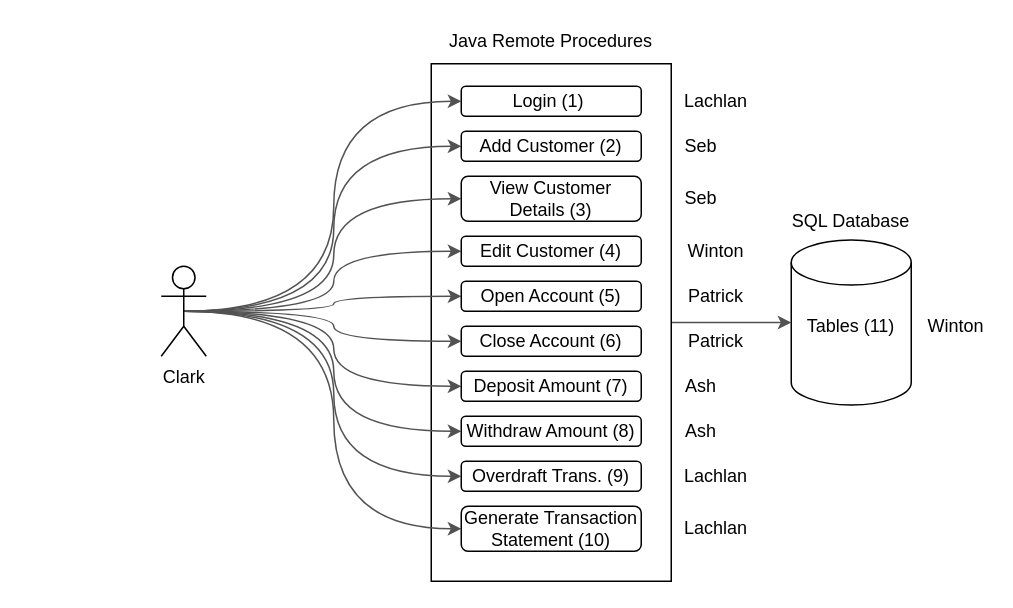
Before: System Design.drawio in lolcats111/JDBC-Project-Group-B, a draw.io diagram. Source tidied: cells renumbered, new cells numbered last; positions are measured from the earlier drawing's top-left corner, leaving out a move shared by most shapes. Both pictures are drawn from the tidied source at 150%, with x=0, y=0 at pixel (160, 26).
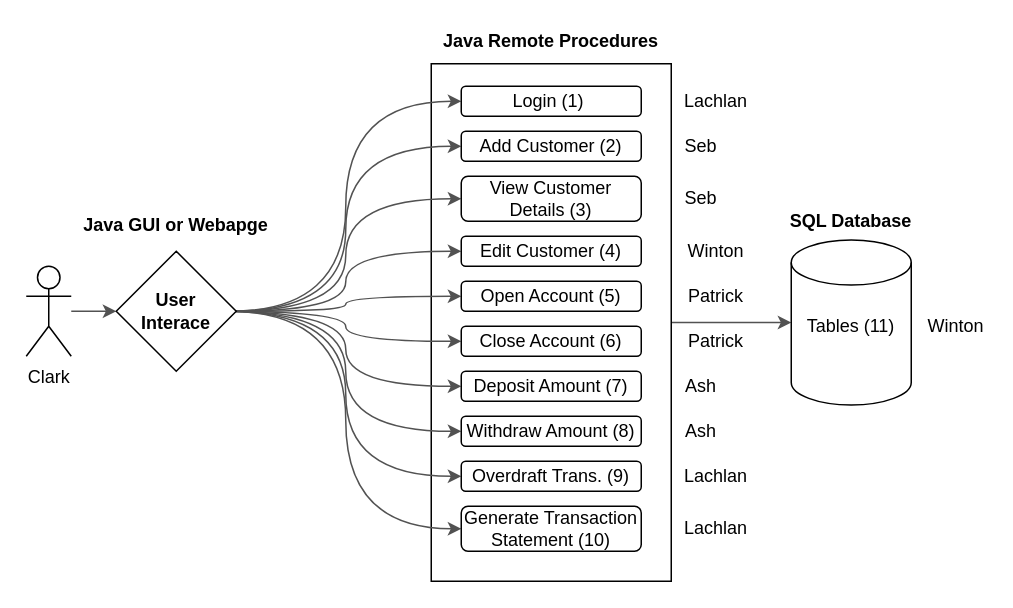
Above is the later version.

The change refers to these unchanged cells:
```xml
<mxCell id="15" value="Login (1)&amp;nbsp;" style="rounded=1;whiteSpace=wrap;html=1;" parent="1" vertex="1">
  <mxGeometry x="200" y="40" width="120" height="20" as="geometry" />
</mxCell>
<mxCell id="16" value="Add Customer (2)" style="rounded=1;whiteSpace=wrap;html=1;" parent="1" vertex="1">
  <mxGeometry x="200" y="70" width="120" height="20" as="geometry" />
</mxCell>
<mxCell id="17" value="Edit Customer (4)" style="rounded=1;whiteSpace=wrap;html=1;" parent="1" vertex="1">
  <mxGeometry x="200" y="140" width="120" height="20" as="geometry" />
</mxCell>
<mxCell id="18" value="Open Account (5)" style="rounded=1;whiteSpace=wrap;html=1;" parent="1" vertex="1">
  <mxGeometry x="200" y="170" width="120" height="20" as="geometry" />
</mxCell>
<mxCell id="19" value="Close Account (6)" style="rounded=1;whiteSpace=wrap;html=1;" parent="1" vertex="1">
  <mxGeometry x="200" y="200" width="120" height="20" as="geometry" />
</mxCell>
<mxCell id="20" value="Deposit Amount (7)" style="rounded=1;whiteSpace=wrap;html=1;" parent="1" vertex="1">
  <mxGeometry x="200" y="230" width="120" height="20" as="geometry" />
</mxCell>
<mxCell id="21" value="Withdraw Amount (8)" style="rounded=1;whiteSpace=wrap;html=1;" parent="1" vertex="1">
  <mxGeometry x="200" y="260" width="120" height="20" as="geometry" />
</mxCell>
<mxCell id="22" value="Overdraft Trans. (9)" style="rounded=1;whiteSpace=wrap;html=1;" parent="1" vertex="1">
  <mxGeometry x="200" y="290" width="120" height="20" as="geometry" />
</mxCell>
<mxCell id="23" value="Generate Transaction Statement (10)" style="rounded=1;whiteSpace=wrap;html=1;" parent="1" vertex="1">
  <mxGeometry x="200" y="320" width="120" height="30" as="geometry" />
</mxCell>
<mxCell id="24" value="View Customer Details (3)" style="rounded=1;whiteSpace=wrap;html=1;" parent="1" vertex="1">
  <mxGeometry x="200" y="100" width="120" height="30" as="geometry" />
</mxCell>
```

What changed in the source:
```diff
@@
-    <mxCell id="4" style="edgeStyle=orthogonalEdgeStyle;curved=1;rounded=0;jettySize=auto;html=1;exitX=0.5;exitY=0.5;exitDx=0;exitDy=0;exitPerimeter=0;entryX=0;entryY=0.5;entryDx=0;entryDy=0;strokeColor=#525252;" parent="1" edge="1" source="14" target="15">
-      <mxGeometry relative="1" as="geometry" />
+    <mxCell id="4" style="edgeStyle=orthogonalEdgeStyle;curved=1;rounded=0;jettySize=auto;html=1;exitX=0.5;exitY=0.5;exitDx=0;exitDy=0;exitPerimeter=0;entryX=0;entryY=0.5;entryDx=0;entryDy=0;strokeColor=#525252;" parent="1" edge="1" target="15">
+      <mxGeometry relative="1" as="geometry">
+        <mxPoint x="45" y="190" as="sourcePoint" />
+      </mxGeometry>
     </mxCell>
-    <mxCell id="5" style="edgeStyle=orthogonalEdgeStyle;curved=1;rounded=0;jettySize=auto;html=1;exitX=0.5;exitY=0.5;exitDx=0;exitDy=0;exitPerimeter=0;entryX=0;entryY=0.5;entryDx=0;entryDy=0;strokeColor=#525252;" parent="1" edge="1" source="14" target="16">
-      <mxGeometry relative="1" as="geometry" />
+    <mxCell id="5" style="edgeStyle=orthogonalEdgeStyle;curved=1;rounded=0;jettySize=auto;html=1;exitX=0.5;exitY=0.5;exitDx=0;exitDy=0;exitPerimeter=0;entryX=0;entryY=0.5;entryDx=0;entryDy=0;strokeColor=#525252;" parent="1" edge="1" target="16">
+      <mxGeometry relative="1" as="geometry">
+        <mxPoint x="45" y="190" as="sourcePoint" />
+      </mxGeometry>
     </mxCell>
-    <mxCell id="6" style="edgeStyle=orthogonalEdgeStyle;curved=1;rounded=0;jettySize=auto;html=1;exitX=0.5;exitY=0.5;exitDx=0;exitDy=0;exitPerimeter=0;entryX=0;entryY=0.5;entryDx=0;entryDy=0;strokeColor=#525252;" parent="1" edge="1" source="14" target="24">
-      <mxGeometry relative="1" as="geometry" />
+    <mxCell id="6" style="edgeStyle=orthogonalEdgeStyle;curved=1;rounded=0;jettySize=auto;html=1;exitX=0.5;exitY=0.5;exitDx=0;exitDy=0;exitPerimeter=0;entryX=0;entryY=0.5;entryDx=0;entryDy=0;strokeColor=#525252;" parent="1" edge="1" target="24">
+      <mxGeometry relative="1" as="geometry">
+        <mxPoint x="45" y="190" as="sourcePoint" />
+      </mxGeometry>
     </mxCell>
-    <mxCell id="7" style="edgeStyle=orthogonalEdgeStyle;curved=1;rounded=0;jettySize=auto;html=1;exitX=0.5;exitY=0.5;exitDx=0;exitDy=0;exitPerimeter=0;entryX=0;entryY=0.5;entryDx=0;entryDy=0;strokeColor=#525252;" parent="1" edge="1" source="14" target="17">
-      <mxGeometry relative="1" as="geometry" />
+    <mxCell id="7" style="edgeStyle=orthogonalEdgeStyle;curved=1;rounded=0;jettySize=auto;html=1;exitX=0.5;exitY=0.5;exitDx=0;exitDy=0;exitPerimeter=0;entryX=0;entryY=0.5;entryDx=0;entryDy=0;strokeColor=#525252;" parent="1" edge="1" target="17">
+      <mxGeometry relative="1" as="geometry">
+        <mxPoint x="45" y="190" as="sourcePoint" />
+      </mxGeometry>
     </mxCell>
-    <mxCell id="8" style="edgeStyle=orthogonalEdgeStyle;curved=1;rounded=0;jettySize=auto;html=1;exitX=0.5;exitY=0.5;exitDx=0;exitDy=0;exitPerimeter=0;entryX=0;entryY=0.5;entryDx=0;entryDy=0;strokeColor=#525252;" parent="1" edge="1" source="14" target="18">
-      <mxGeometry relative="1" as="geometry" />
+    <mxCell id="8" style="edgeStyle=orthogonalEdgeStyle;curved=1;rounded=0;jettySize=auto;html=1;exitX=0.5;exitY=0.5;exitDx=0;exitDy=0;exitPerimeter=0;entryX=0;entryY=0.5;entryDx=0;entryDy=0;strokeColor=#525252;" parent="1" edge="1" target="18">
+      <mxGeometry relative="1" as="geometry">
+        <mxPoint x="45" y="190" as="sourcePoint" />
+      </mxGeometry>
     </mxCell>
-    <mxCell id="9" style="edgeStyle=orthogonalEdgeStyle;curved=1;rounded=0;jettySize=auto;html=1;exitX=0.5;exitY=0.5;exitDx=0;exitDy=0;exitPerimeter=0;entryX=0;entryY=0.5;entryDx=0;entryDy=0;strokeColor=#525252;" parent="1" edge="1" source="14" target="19">
-      <mxGeometry relative="1" as="geometry" />
+    <mxCell id="9" style="edgeStyle=orthogonalEdgeStyle;curved=1;rounded=0;jettySize=auto;html=1;exitX=0.5;exitY=0.5;exitDx=0;exitDy=0;exitPerimeter=0;entryX=0;entryY=0.5;entryDx=0;entryDy=0;strokeColor=#525252;" parent="1" edge="1" target="19">
+      <mxGeometry relative="1" as="geometry">
+        <mxPoint x="45" y="190" as="sourcePoint" />
+      </mxGeometry>
     </mxCell>
-    <mxCell id="10" style="edgeStyle=orthogonalEdgeStyle;curved=1;rounded=0;jettySize=auto;html=1;exitX=0.5;exitY=0.5;exitDx=0;exitDy=0;exitPerimeter=0;entryX=0;entryY=0.5;entryDx=0;entryDy=0;strokeColor=#525252;" parent="1" edge="1" source="14" target="20">
-      <mxGeometry relative="1" as="geometry" />
+    <mxCell id="10" style="edgeStyle=orthogonalEdgeStyle;curved=1;rounded=0;jettySize=auto;html=1;exitX=0.5;exitY=0.5;exitDx=0;exitDy=0;exitPerimeter=0;entryX=0;entryY=0.5;entryDx=0;entryDy=0;strokeColor=#525252;" parent="1" edge="1" target="20">
+      <mxGeometry relative="1" as="geometry">
+        <mxPoint x="45" y="190" as="sourcePoint" />
+      </mxGeometry>
     </mxCell>
-    <mxCell id="11" style="edgeStyle=orthogonalEdgeStyle;curved=1;rounded=0;jettySize=auto;html=1;exitX=0.5;exitY=0.5;exitDx=0;exitDy=0;exitPerimeter=0;entryX=0;entryY=0.5;entryDx=0;entryDy=0;strokeColor=#525252;" parent="1" edge="1" source="14" target="21">
-      <mxGeometry relative="1" as="geometry" />
+    <mxCell id="11" style="edgeStyle=orthogonalEdgeStyle;curved=1;rounded=0;jettySize=auto;html=1;exitX=0.5;exitY=0.5;exitDx=0;exitDy=0;exitPerimeter=0;entryX=0;entryY=0.5;entryDx=0;entryDy=0;strokeColor=#525252;" parent="1" edge="1" target="21">
+      <mxGeometry relative="1" as="geometry">
+        <mxPoint x="45" y="190" as="sourcePoint" />
+      </mxGeometry>
     </mxCell>
-    <mxCell id="12" style="edgeStyle=orthogonalEdgeStyle;curved=1;rounded=0;jettySize=auto;html=1;exitX=0.5;exitY=0.5;exitDx=0;exitDy=0;exitPerimeter=0;entryX=0;entryY=0.5;entryDx=0;entryDy=0;strokeColor=#525252;" parent="1" edge="1" source="14" target="22">
-      <mxGeometry relative="1" as="geometry" />
+    <mxCell id="12" style="edgeStyle=orthogonalEdgeStyle;curved=1;rounded=0;jettySize=auto;html=1;exitX=0.5;exitY=0.5;exitDx=0;exitDy=0;exitPerimeter=0;entryX=0;entryY=0.5;entryDx=0;entryDy=0;strokeColor=#525252;" parent="1" edge="1" target="22">
+      <mxGeometry relative="1" as="geometry">
+        <mxPoint x="45" y="190" as="sourcePoint" />
+      </mxGeometry>
     </mxCell>
-    <mxCell id="13" style="edgeStyle=orthogonalEdgeStyle;curved=1;rounded=0;jettySize=auto;html=1;exitX=0.5;exitY=0.5;exitDx=0;exitDy=0;exitPerimeter=0;entryX=0;entryY=0.5;entryDx=0;entryDy=0;strokeColor=#525252;" parent="1" edge="1" source="14" target="23">
-      <mxGeometry relative="1" as="geometry" />
+    <mxCell id="13" style="edgeStyle=orthogonalEdgeStyle;curved=1;rounded=0;jettySize=auto;html=1;exitX=0.5;exitY=0.5;exitDx=0;exitDy=0;exitPerimeter=0;entryX=0;entryY=0.5;entryDx=0;entryDy=0;strokeColor=#525252;" parent="1" edge="1" target="23">
+      <mxGeometry relative="1" as="geometry">
+        <mxPoint x="45" y="190" as="sourcePoint" />
+      </mxGeometry>
     </mxCell>
-    <mxCell id="14" value="Clark" style="shape=umlActor;verticalLabelPosition=bottom;verticalAlign=top;html=1;outlineConnect=0;" parent="1" vertex="1">
-      <mxGeometry y="160" width="30" height="60" as="geometry" />
-    </mxCell>
@@
-    <mxCell id="25" value="Java Remote Procedures" style="text;html=1;strokeColor=none;fillColor=none;align=center;verticalAlign=middle;whiteSpace=wrap;rounded=0;" parent="1" vertex="1">
+    <mxCell id="25" value="Java Remote Procedures" style="text;html=1;strokeColor=none;fillColor=none;align=center;verticalAlign=middle;whiteSpace=wrap;rounded=0;fontStyle=1;" parent="1" vertex="1">
       <mxGeometry x="185" width="150" height="20" as="geometry" />
     </mxCell>
@@
-    <mxCell id="27" value="SQL Database" style="text;html=1;strokeColor=none;fillColor=none;align=center;verticalAlign=middle;whiteSpace=wrap;rounded=0;" parent="1" vertex="1">
+    <mxCell id="27" value="SQL Database" style="text;html=1;strokeColor=none;fillColor=none;align=center;verticalAlign=middle;whiteSpace=wrap;rounded=0;fontStyle=1;" parent="1" vertex="1">
       <mxGeometry x="400" y="120" width="120" height="20" as="geometry" />
     </mxCell>
@@
+    <mxCell id="40" style="edgeStyle=orthogonalEdgeStyle;curved=1;rounded=0;jettySize=auto;html=1;strokeColor=#525252;entryX=0;entryY=0.5;entryDx=0;entryDy=0;" parent="1" edge="1" source="14" target="41">
+      <mxGeometry relative="1" as="geometry" />
+    </mxCell>
+    <mxCell id="14" value="Clark" style="shape=umlActor;verticalLabelPosition=bottom;verticalAlign=top;html=1;outlineConnect=0;" parent="1" vertex="1">
+      <mxGeometry x="-90" y="160" width="30" height="60" as="geometry" />
+    </mxCell>
+    <mxCell id="41" value="User&lt;br&gt;Interace" style="rhombus;whiteSpace=wrap;html=1;fontStyle=1;" parent="1" vertex="1">
+      <mxGeometry x="-30" y="150" width="80" height="80" as="geometry" />
+    </mxCell>
+    <mxCell id="42" value="Java GUI or Webapge" style="text;html=1;strokeColor=none;fillColor=none;align=center;verticalAlign=middle;whiteSpace=wrap;rounded=0;fontStyle=1;" parent="1" vertex="1">
+      <mxGeometry x="-65" y="122.5" width="150" height="20" as="geometry" />
+    </mxCell>
```
